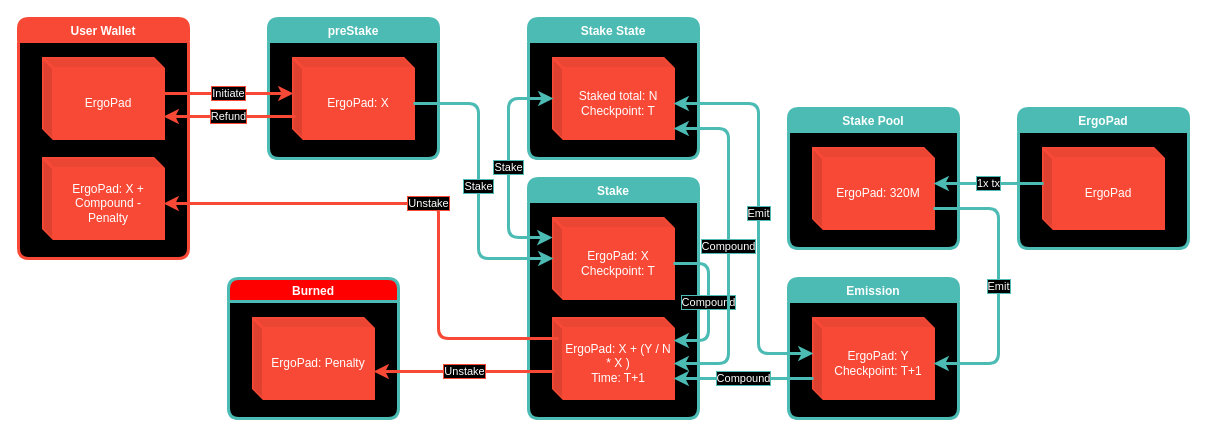
This is backend/app/contracts/images/staking-fixed-emission.drawio from JoseBravoChile/ergopad, a draw.io file, before an edit. Source tidied: cells renumbered, new cells numbered last; positions are measured from the earlier drawing's top-left corner, leaving out a move shared by most shapes. Both pictures are drawn from the tidied source at 100%, with x=0, y=0 at pixel (18, 18).
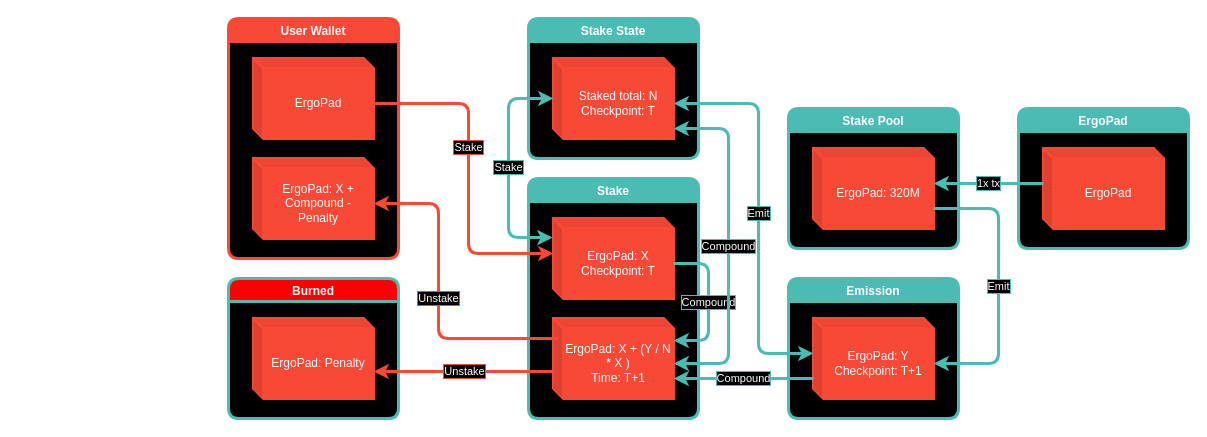
Above is the later version.

The change refers to these unchanged cells:
```xml
<mxCell id="3" value="ErgoPad" style="shape=cube;whiteSpace=wrap;html=1;boundedLbl=1;backgroundOutline=1;darkOpacity=0.05;darkOpacity2=0.1;rounded=1;labelBorderColor=none;fontColor=#FFFFFF;strokeColor=#F84936;strokeWidth=3;fillColor=#F84936;size=10;" parent="2" vertex="1">
  <mxGeometry x="25" y="40" width="120" height="80" as="geometry" />
</mxCell>
<mxCell id="12" value="ErgoPad: X&lt;br&gt;Checkpoint: T" style="shape=cube;whiteSpace=wrap;html=1;boundedLbl=1;backgroundOutline=1;darkOpacity=0.05;darkOpacity2=0.1;rounded=1;labelBorderColor=none;fontColor=#FFFFFF;strokeColor=#F84936;strokeWidth=3;fillColor=#F84936;size=10;" parent="11" vertex="1">
  <mxGeometry x="25" y="40" width="120" height="80" as="geometry" />
</mxCell>
```

The edit, as a diff of the source:
```diff
@@
     <mxCell id="2" value="User Wallet" style="swimlane;fillColor=#F84936;swimlaneLine=1;rounded=1;swimlaneFillColor=#000000;fontColor=#FFFFFF;labelBorderColor=none;strokeColor=#F84936;strokeWidth=3;" parent="1" vertex="1">
-      <mxGeometry width="170" height="240" as="geometry" />
+      <mxGeometry x="210" width="170" height="240" as="geometry" />
     </mxCell>
@@
-    <mxCell id="7" value="preStake" style="swimlane;fillColor=#4CBBB4;swimlaneLine=1;rounded=1;swimlaneFillColor=#000000;fontColor=#FFFFFF;labelBorderColor=none;strokeColor=#4CBBB4;strokeWidth=3;" parent="1" vertex="1">
-      <mxGeometry x="250" width="170" height="140" as="geometry" />
-    </mxCell>
-    <mxCell id="8" value="ErgoPad: X" style="shape=cube;whiteSpace=wrap;html=1;boundedLbl=1;backgroundOutline=1;darkOpacity=0.05;darkOpacity2=0.1;rounded=1;labelBorderColor=none;fontColor=#FFFFFF;strokeColor=#F84936;strokeWidth=3;fillColor=#F84936;size=10;" parent="7" vertex="1">
-      <mxGeometry x="25" y="40" width="120" height="80" as="geometry" />
-    </mxCell>
-    <mxCell id="9" value="Initiate" style="edgeStyle=orthogonalEdgeStyle;rounded=1;jettySize=auto;fontColor=#FFFFFF;strokeWidth=3;strokeColor=#F84936;labelBackgroundColor=#000000;labelBorderColor=#F84936;spacing=2;html=1;spacingTop=0;entryX=0;entryY=0;entryDx=0;entryDy=35;entryPerimeter=0;" parent="1" edge="1" target="8">
-      <mxGeometry relative="1" as="geometry">
-        <mxPoint x="145" y="75" as="sourcePoint" />
-        <Array as="points">
-          <mxPoint x="145" y="75" />
-        </Array>
-      </mxGeometry>
-    </mxCell>
-    <mxCell id="10" value="Refund" style="edgeStyle=orthogonalEdgeStyle;rounded=1;jettySize=auto;html=1;entryX=0.992;entryY=0.713;entryDx=0;entryDy=0;entryPerimeter=0;fontColor=#FFFFFF;strokeWidth=3;strokeColor=#F84936;labelBackgroundColor=#000000;labelBorderColor=#F84936;exitX=0.017;exitY=0.725;exitDx=0;exitDy=0;exitPerimeter=0;" parent="1" edge="1" source="8" target="3">
-      <mxGeometry relative="1" as="geometry">
-        <Array as="points">
-          <mxPoint x="145" y="98" />
-        </Array>
-      </mxGeometry>
-    </mxCell>
@@
+    <mxCell id="9" value="Stake" style="edgeStyle=orthogonalEdgeStyle;rounded=1;jettySize=auto;fontColor=#FFFFFF;strokeWidth=3;strokeColor=#F84936;labelBackgroundColor=#000000;labelBorderColor=#F84936;spacing=2;html=1;spacingTop=0;entryX=0;entryY=0;entryDx=0;entryDy=35;entryPerimeter=0;exitX=0;exitY=0;exitDx=120;exitDy=45;exitPerimeter=0;" parent="1" edge="1" source="3" target="12">
+      <mxGeometry x="-0.16" relative="1" as="geometry">
+        <Array as="points">
+          <mxPoint x="450" y="85" />
+          <mxPoint x="450" y="235" />
+        </Array>
+      </mxGeometry>
+    </mxCell>
@@
-    <mxCell id="26" value="Stake" style="edgeStyle=orthogonalEdgeStyle;rounded=1;jettySize=auto;html=1;exitX=0;exitY=0;exitDx=120;exitDy=45;exitPerimeter=0;labelBackgroundColor=#000000;strokeColor=#4CBBB4;fontColor=#FFFFFF;labelBorderColor=#4CBBB4;strokeWidth=3;" parent="1" edge="1" source="8">
-      <mxGeometry relative="1" as="geometry">
-        <mxPoint x="535" y="240" as="targetPoint" />
-        <Array as="points">
-          <mxPoint x="460" y="85" />
-          <mxPoint x="460" y="240" />
-          <mxPoint x="535" y="240" />
-        </Array>
-      </mxGeometry>
-    </mxCell>
```
